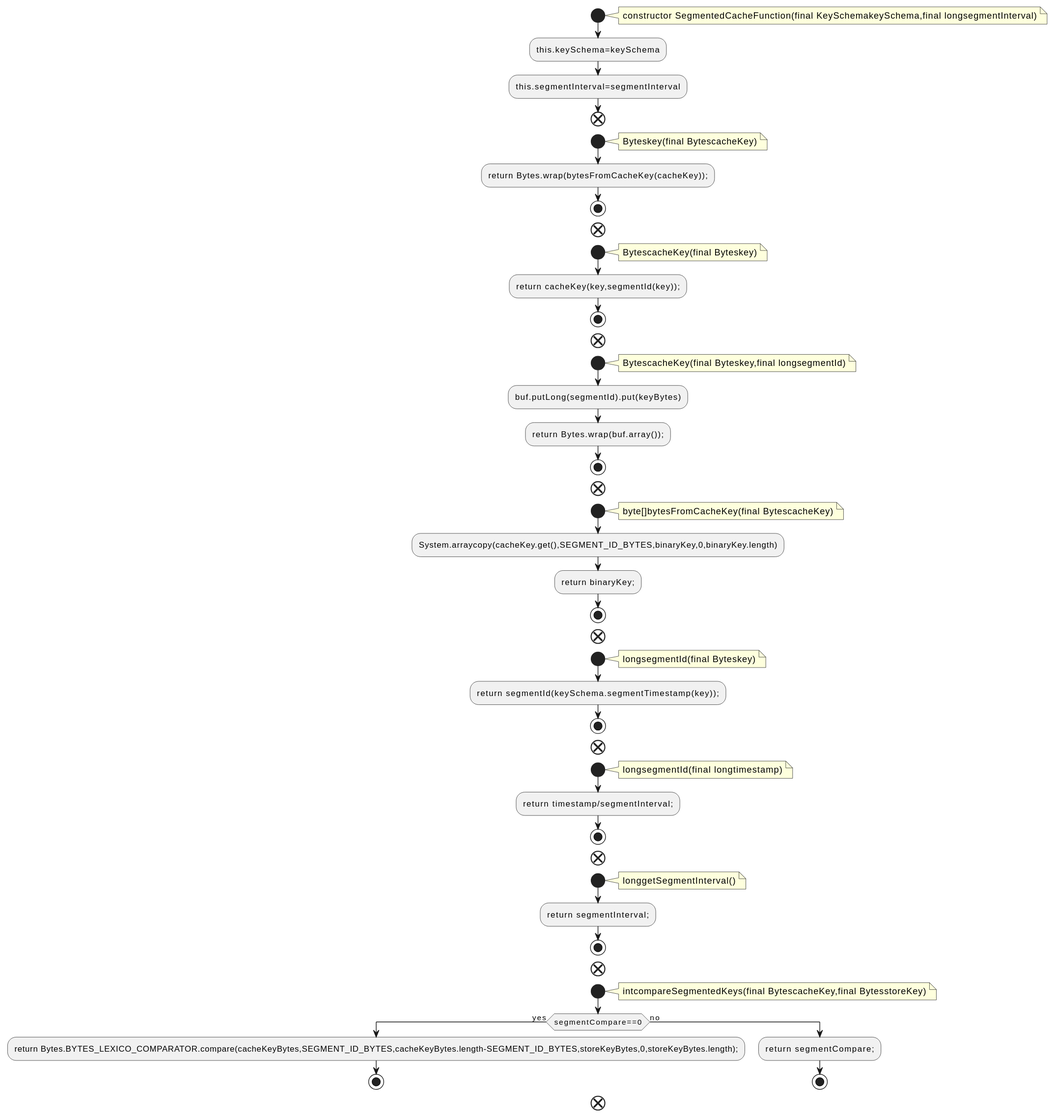
Before: docs/qc/streams/src/main/java/org/apache/kafka/streams/state/internals/SegmentedCacheFunction.java.fct.svg, a diagram exported from PlantUML (qualitesys/kafka).
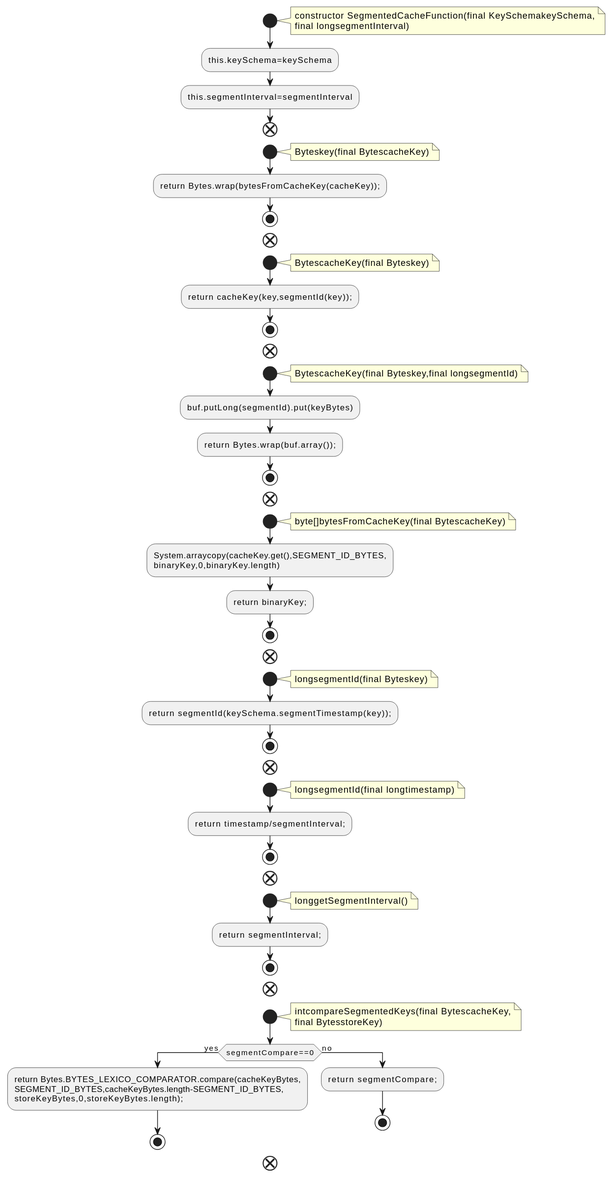
Later version of the same file.

Diff of the diagram source:
```diff
@@ -2,7 +2,8 @@
 !pragma layout smetana
 start
 note right
-constructor SegmentedCacheFunction(final KeySchemakeySchema,final longsegmentInterval)
+constructor SegmentedCacheFunction(final KeySchemakeySchema,
+final longsegmentInterval)
 end note
 :this.keySchema=keySchema;
 :this.segmentInterval=segmentInterval;
@@ -33,7 +34,8 @@
 note right
 byte[]bytesFromCacheKey(final BytescacheKey)
 end note
-:System.arraycopy(cacheKey.get(),SEGMENT_ID_BYTES,binaryKey,0,binaryKey.length);
+:System.arraycopy(cacheKey.get(),SEGMENT_ID_BYTES,
+binaryKey,0,binaryKey.length);
 :return binaryKey;;
 stop
 end
@@ -60,10 +62,13 @@
 end
 start
 note right
-intcompareSegmentedKeys(final BytescacheKey,final BytesstoreKey)
+intcompareSegmentedKeys(final BytescacheKey,
+final BytesstoreKey)
 end note
 if (segmentCompare==0) then (yes)
-:return Bytes.BYTES_LEXICO_COMPARATOR.compare(cacheKeyBytes,SEGMENT_ID_BYTES,cacheKeyBytes.length-SEGMENT_ID_BYTES,storeKeyBytes,0,storeKeyBytes.length);;
+:return Bytes.BYTES_LEXICO_COMPARATOR.compare(cacheKeyBytes,
+SEGMENT_ID_BYTES,cacheKeyBytes.length-SEGMENT_ID_BYTES,
+storeKeyBytes,0,storeKeyBytes.length);;
 stop
 else (no)
 :return segmentCompare;;
```
